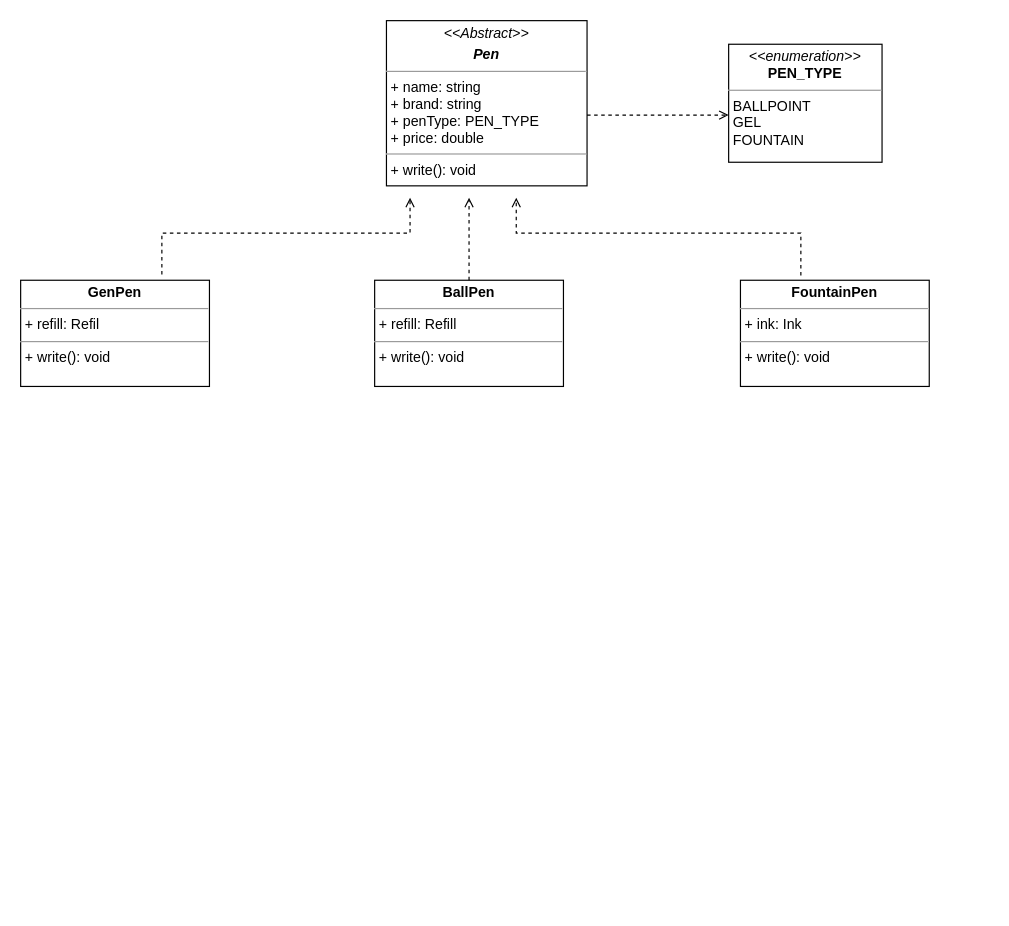
Earlier version of the draw.io diagram Untitled Diagram.drawio (bejjrajesh/DSA-Code). Source tidied: cells renumbered, new cells numbered last; positions are measured from the earlier drawing's top-left corner, leaving out a move shared by most shapes. Both pictures are drawn from the tidied source at 118%, with x=0, y=0 at pixel (20, 20).
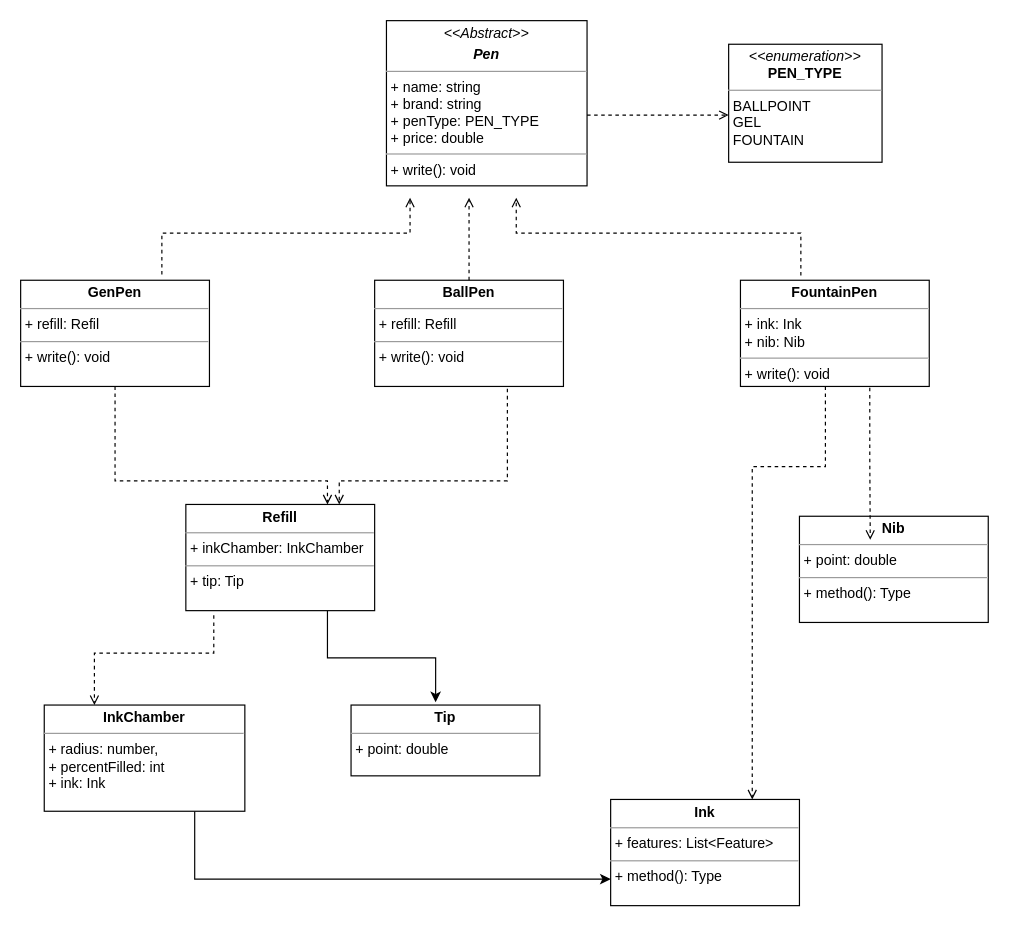
The same page after the edit.

The change refers to these unchanged cells:
```xml
<mxCell id="5" value="&lt;p style=&quot;margin:0px;margin-top:4px;text-align:center;&quot;&gt;&lt;b&gt;GenPen&lt;/b&gt;&lt;/p&gt;&lt;hr size=&quot;1&quot;&gt;&lt;p style=&quot;margin:0px;margin-left:4px;&quot;&gt;+ refill: Refil&lt;/p&gt;&lt;hr size=&quot;1&quot;&gt;&lt;p style=&quot;margin:0px;margin-left:4px;&quot;&gt;+ write(): void&lt;/p&gt;" style="verticalAlign=top;align=left;overflow=fill;fontSize=12;fontFamily=Helvetica;html=1;whiteSpace=wrap;" parent="1" vertex="1">
  <mxGeometry y="220" width="160" height="90" as="geometry" />
</mxCell>
<mxCell id="6" value="&lt;p style=&quot;margin:0px;margin-top:4px;text-align:center;&quot;&gt;&lt;b&gt;BallPen&lt;/b&gt;&lt;/p&gt;&lt;hr size=&quot;1&quot;&gt;&lt;p style=&quot;margin:0px;margin-left:4px;&quot;&gt;+ refill: Refill&lt;/p&gt;&lt;hr size=&quot;1&quot;&gt;&lt;p style=&quot;margin:0px;margin-left:4px;&quot;&gt;+ write(): void&lt;/p&gt;" style="verticalAlign=top;align=left;overflow=fill;fontSize=12;fontFamily=Helvetica;html=1;whiteSpace=wrap;" parent="1" vertex="1">
  <mxGeometry x="300" y="220" width="160" height="90" as="geometry" />
</mxCell>
```

Diff of the diagram source:
```diff
@@
-    <mxCell id="7" value="&lt;p style=&quot;margin:0px;margin-top:4px;text-align:center;&quot;&gt;&lt;b&gt;FountainPen&lt;/b&gt;&lt;/p&gt;&lt;hr size=&quot;1&quot;&gt;&lt;p style=&quot;margin:0px;margin-left:4px;&quot;&gt;+ ink: Ink&lt;/p&gt;&lt;hr size=&quot;1&quot;&gt;&lt;p style=&quot;margin:0px;margin-left:4px;&quot;&gt;+ write(): void&lt;/p&gt;" style="verticalAlign=top;align=left;overflow=fill;fontSize=12;fontFamily=Helvetica;html=1;whiteSpace=wrap;" parent="1" vertex="1">
+    <mxCell id="7" value="&lt;p style=&quot;margin:0px;margin-top:4px;text-align:center;&quot;&gt;&lt;b&gt;FountainPen&lt;/b&gt;&lt;/p&gt;&lt;hr size=&quot;1&quot;&gt;&lt;p style=&quot;margin:0px;margin-left:4px;&quot;&gt;+ ink: Ink&lt;/p&gt;&lt;p style=&quot;margin:0px;margin-left:4px;&quot;&gt;+ nib: Nib&lt;/p&gt;&lt;hr size=&quot;1&quot;&gt;&lt;p style=&quot;margin:0px;margin-left:4px;&quot;&gt;+ write(): void&lt;/p&gt;" style="verticalAlign=top;align=left;overflow=fill;fontSize=12;fontFamily=Helvetica;html=1;whiteSpace=wrap;" parent="1" vertex="1">
       <mxGeometry x="610" y="220" width="160" height="90" as="geometry" />
     </mxCell>
@@
+    <mxCell id="11" style="edgeStyle=orthogonalEdgeStyle;rounded=0;jettySize=auto;html=1;exitX=0.75;exitY=1;exitDx=0;exitDy=0;entryX=0.448;entryY=-0.04;entryDx=0;entryDy=0;entryPerimeter=0;" parent="1" edge="1" source="12" target="22">
+      <mxGeometry relative="1" as="geometry" />
+    </mxCell>
+    <mxCell id="12" value="&lt;p style=&quot;margin:0px;margin-top:4px;text-align:center;&quot;&gt;&lt;b&gt;Refill&lt;/b&gt;&lt;/p&gt;&lt;hr size=&quot;1&quot;&gt;&lt;p style=&quot;margin:0px;margin-left:4px;&quot;&gt;+ inkChamber: InkChamber&lt;/p&gt;&lt;hr size=&quot;1&quot;&gt;&lt;p style=&quot;margin:0px;margin-left:4px;&quot;&gt;+ tip: Tip&lt;/p&gt;" style="verticalAlign=top;align=left;overflow=fill;fontSize=12;fontFamily=Helvetica;html=1;whiteSpace=wrap;" parent="1" vertex="1">
+      <mxGeometry x="140" y="410" width="160" height="90" as="geometry" />
+    </mxCell>
+    <mxCell id="13" style="endArrow=open;dashed=1;html=1;rounded=0;strokeWidth=1;edgeStyle=elbowEdgeStyle;elbow=vertical;entryX=0.75;entryY=0;entryDx=0;entryDy=0;" parent="1" edge="1" source="5" target="12">
+      <mxGeometry x="0.01" relative="1" as="geometry">
+        <Array as="points">
+          <mxPoint x="190" y="390" />
+          <mxPoint x="170" y="370" />
+          <mxPoint x="190" y="390" />
+          <mxPoint x="120" y="330" />
+        </Array>
+      </mxGeometry>
+    </mxCell>
+    <mxCell id="14" style="endArrow=open;dashed=1;html=1;rounded=0;strokeWidth=1;edgeStyle=elbowEdgeStyle;elbow=vertical;exitX=0.703;exitY=1.022;exitDx=0;exitDy=0;exitPerimeter=0;" parent="1" edge="1" source="6">
+      <mxGeometry x="0.01" relative="1" as="geometry">
+        <mxPoint x="270" y="410" as="targetPoint" />
+        <Array as="points">
+          <mxPoint x="350" y="390" />
+          <mxPoint x="200" y="400" />
+          <mxPoint x="180" y="380" />
+          <mxPoint x="200" y="400" />
+          <mxPoint x="130" y="340" />
+        </Array>
+      </mxGeometry>
+    </mxCell>
+    <mxCell id="15" value="&lt;p style=&quot;margin:0px;margin-top:4px;text-align:center;&quot;&gt;&lt;b&gt;Ink&lt;/b&gt;&lt;/p&gt;&lt;hr size=&quot;1&quot;&gt;&lt;p style=&quot;margin:0px;margin-left:4px;&quot;&gt;+ features: List&amp;lt;Feature&amp;gt;&lt;/p&gt;&lt;hr size=&quot;1&quot;&gt;&lt;p style=&quot;margin:0px;margin-left:4px;&quot;&gt;+ method(): Type&lt;/p&gt;" style="verticalAlign=top;align=left;overflow=fill;fontSize=12;fontFamily=Helvetica;html=1;whiteSpace=wrap;" parent="1" vertex="1">
+      <mxGeometry x="500" y="660" width="160" height="90" as="geometry" />
+    </mxCell>
+    <mxCell id="16" style="endArrow=open;dashed=1;html=1;rounded=0;strokeWidth=1;edgeStyle=elbowEdgeStyle;elbow=vertical;entryX=0.75;entryY=0;entryDx=0;entryDy=0;" parent="1" edge="1" target="15">
+      <mxGeometry x="0.01" relative="1" as="geometry">
+        <mxPoint x="682" y="310" as="sourcePoint" />
+        <Array as="points">
+          <mxPoint x="620" y="378" />
+          <mxPoint x="470" y="388" />
+          <mxPoint x="450" y="368" />
+          <mxPoint x="470" y="388" />
+          <mxPoint x="400" y="328" />
+        </Array>
+      </mxGeometry>
+    </mxCell>
+    <mxCell id="17" value="&lt;p style=&quot;margin:0px;margin-top:4px;text-align:center;&quot;&gt;&lt;b&gt;Nib&lt;/b&gt;&lt;/p&gt;&lt;hr size=&quot;1&quot;&gt;&lt;p style=&quot;margin:0px;margin-left:4px;&quot;&gt;+ point: double&lt;/p&gt;&lt;hr size=&quot;1&quot;&gt;&lt;p style=&quot;margin:0px;margin-left:4px;&quot;&gt;+ method(): Type&lt;/p&gt;" style="verticalAlign=top;align=left;overflow=fill;fontSize=12;fontFamily=Helvetica;html=1;whiteSpace=wrap;" parent="1" vertex="1">
+      <mxGeometry x="660" y="420" width="160" height="90" as="geometry" />
+    </mxCell>
+    <mxCell id="18" style="endArrow=open;dashed=1;html=1;rounded=0;strokeWidth=1;edgeStyle=elbowEdgeStyle;elbow=vertical;exitX=0.685;exitY=1.013;exitDx=0;exitDy=0;exitPerimeter=0;" parent="1" edge="1" source="7">
+      <mxGeometry x="0.01" relative="1" as="geometry">
+        <mxPoint x="720" y="440" as="targetPoint" />
+        <Array as="points">
+          <mxPoint x="722" y="370" />
+          <mxPoint x="830" y="358" />
+          <mxPoint x="680" y="368" />
+          <mxPoint x="660" y="348" />
+          <mxPoint x="680" y="368" />
+          <mxPoint x="610" y="308" />
+        </Array>
+      </mxGeometry>
+    </mxCell>
+    <mxCell id="19" style="edgeStyle=orthogonalEdgeStyle;rounded=0;jettySize=auto;html=1;exitX=0.75;exitY=1;exitDx=0;exitDy=0;entryX=0;entryY=0.75;entryDx=0;entryDy=0;" parent="1" edge="1" source="20" target="15">
+      <mxGeometry relative="1" as="geometry" />
+    </mxCell>
+    <mxCell id="20" value="&lt;p style=&quot;margin:0px;margin-top:4px;text-align:center;&quot;&gt;&lt;b&gt;InkChamber&lt;/b&gt;&lt;/p&gt;&lt;hr size=&quot;1&quot;&gt;&lt;p style=&quot;margin:0px;margin-left:4px;&quot;&gt;+ radius: number,&lt;/p&gt;&lt;p style=&quot;margin:0px;margin-left:4px;&quot;&gt;+ percentFilled: int&lt;/p&gt;&lt;p style=&quot;margin:0px;margin-left:4px;&quot;&gt;+ ink: Ink&lt;span style=&quot;white-space: pre;&quot;&gt; &lt;/span&gt;&lt;/p&gt;" style="verticalAlign=top;align=left;overflow=fill;fontSize=12;fontFamily=Helvetica;html=1;whiteSpace=wrap;" parent="1" vertex="1">
+      <mxGeometry x="20" y="580" width="170" height="90" as="geometry" />
+    </mxCell>
+    <mxCell id="21" style="endArrow=open;dashed=1;html=1;rounded=0;strokeWidth=1;edgeStyle=elbowEdgeStyle;elbow=vertical;entryX=0.25;entryY=0;entryDx=0;entryDy=0;exitX=0.148;exitY=1.044;exitDx=0;exitDy=0;exitPerimeter=0;" parent="1" edge="1" source="12" target="20">
+      <mxGeometry x="0.01" relative="1" as="geometry">
+        <Array as="points">
+          <mxPoint x="130" y="536" />
+          <mxPoint x="130" y="506" />
+          <mxPoint x="60" y="186" />
+          <mxPoint x="120" y="176" />
+          <mxPoint y="186" />
+        </Array>
+      </mxGeometry>
+    </mxCell>
+    <mxCell id="22" value="&lt;p style=&quot;margin:0px;margin-top:4px;text-align:center;&quot;&gt;&lt;b&gt;Tip&lt;/b&gt;&lt;/p&gt;&lt;hr size=&quot;1&quot;&gt;&lt;p style=&quot;margin:0px;margin-left:4px;&quot;&gt;+ point: double&lt;/p&gt;&lt;p style=&quot;margin:0px;margin-left:4px;&quot;&gt;&lt;br&gt;&lt;/p&gt;" style="verticalAlign=top;align=left;overflow=fill;fontSize=12;fontFamily=Helvetica;html=1;whiteSpace=wrap;" parent="1" vertex="1">
+      <mxGeometry x="280" y="580" width="160" height="60" as="geometry" />
+    </mxCell>
```
